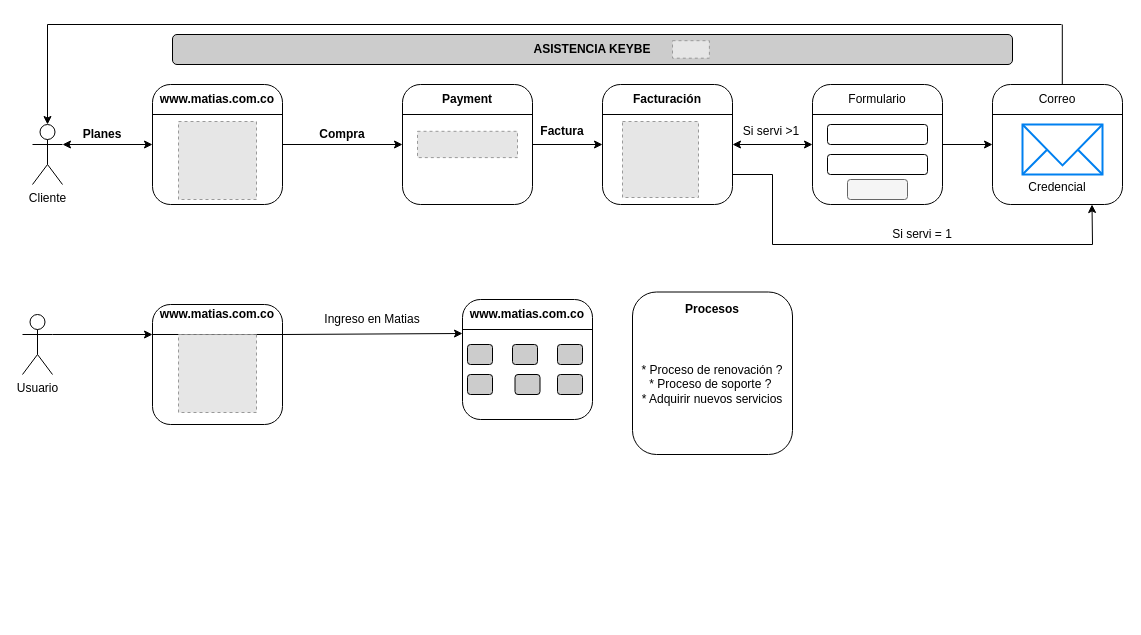
Above: page "Proceso" (2 of 2) of Untitled Diagram.drawio in luisvasco11/diagrams (draw.io), before the change. Source tidied: cells renumbered, new cells numbered last; positions are measured from the earlier drawing's top-left corner, leaving out a move shared by most shapes. Both pictures are drawn from the tidied source at 100%, with x=0, y=0 at pixel (22, 24). Pictures stored in the file or linked from it are replaced by grey dashed boxes.
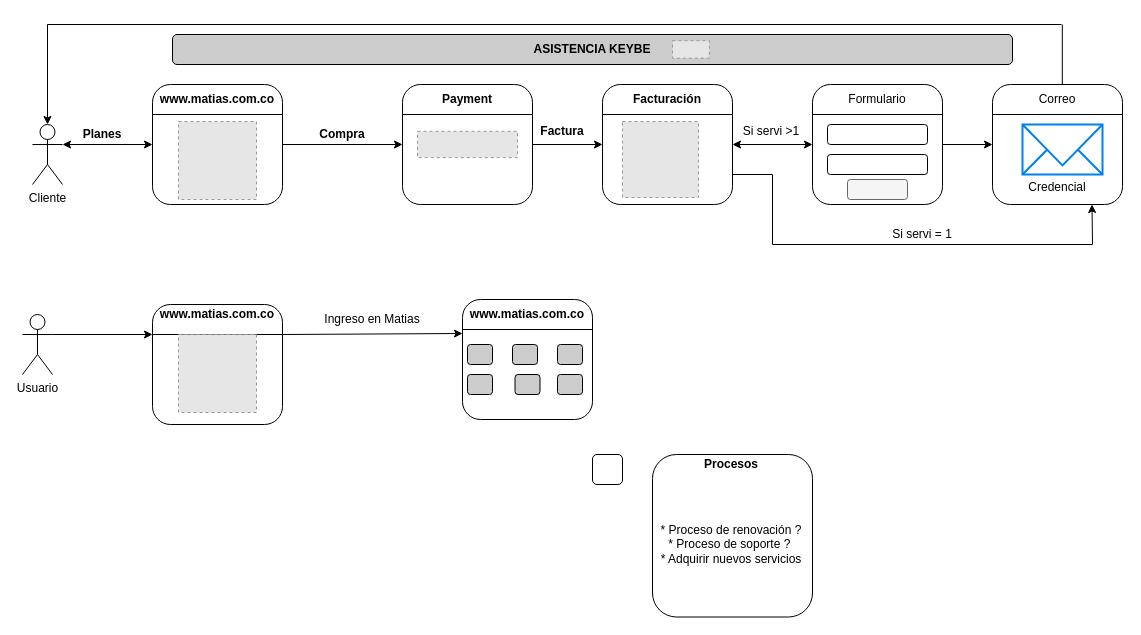
The same diagram, later.

What changed in the source:
```diff
@@
     <mxCell id="62" style="rounded=1;whiteSpace=wrap;html=1;gradientColor=none;" parent="1" vertex="1">
-      <mxGeometry x="610" y="267.5" width="160" height="162.5" as="geometry" />
+      <mxGeometry x="630" y="430" width="160" height="162.5" as="geometry" />
     </mxCell>
     <mxCell id="63" value="&lt;b&gt;Procesos&lt;/b&gt;" style="text;html=1;strokeColor=none;fillColor=none;align=center;verticalAlign=middle;whiteSpace=wrap;rounded=0;" parent="1" vertex="1">
-      <mxGeometry x="650" y="275" width="80" height="20" as="geometry" />
+      <mxGeometry x="669" y="430" width="80" height="20" as="geometry" />
     </mxCell>
     <mxCell id="64" value="* Proceso de renovación ?&lt;br&gt;* Proceso de soporte ?&amp;nbsp;&lt;br&gt;* Adquirir nuevos servicios" style="text;html=1;strokeColor=none;fillColor=none;align=center;verticalAlign=middle;whiteSpace=wrap;rounded=0;" parent="1" vertex="1">
-      <mxGeometry x="610" y="300" width="160" height="120" as="geometry" />
+      <mxGeometry x="629" y="460" width="160" height="120" as="geometry" />
     </mxCell>
+    <mxCell id="65" style="rounded=1;whiteSpace=wrap;html=1;fillColor=#ffffff;gradientColor=none;" parent="1" vertex="1">
+      <mxGeometry x="570" y="430" width="30" height="30" as="geometry" />
+    </mxCell>
```
